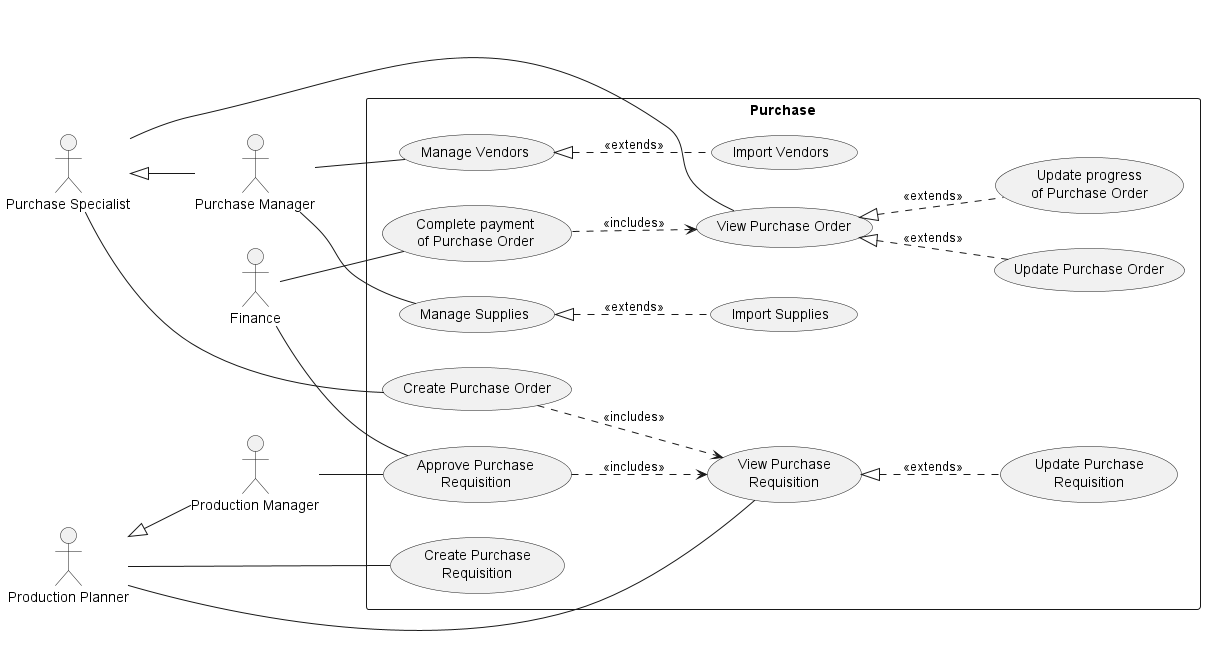
phihungha/scmss-reqs keeps this PlantUML diagram as use-cases/purchase.png. Above is the earlier version. The source it was exported from:
```plantuml
@startuml purchase
left to right direction

:Finance: as f

:Production Planner: as pp
:Production Manager: as prm
pp <|-- prm

:Purchase Manager: as pm
:Purchase Specialist: as ps
ps <|-- pm

rectangle Purchase {
    pp -- (Create Purchase\nRequisition)
    pp -- (View Purchase\nRequisition)
    (View Purchase\nRequisition) <|.. (Update Purchase\nRequisition) : <<extends>>
    f -- (Approve Purchase\nRequisition)
    prm -- (Approve Purchase\nRequisition)
    (Approve Purchase\nRequisition) ..> (View Purchase\nRequisition) : <<includes>>

    ps -- (Create Purchase Order)
    (Create Purchase Order) ..> (View Purchase\nRequisition) : <<includes>>
    ps -- (View Purchase Order)
    (View Purchase Order) <|.. (Update Purchase Order) : <<extends>>
    (View Purchase Order) <|.. (Update progress\nof Purchase Order) : <<extends>>
    f -- (Complete payment\nof Purchase Order)
    (Complete payment\nof Purchase Order) ..> (View Purchase Order) : <<includes>>

    pm -- (Manage Vendors)
    (Manage Vendors) <|.. (Import Vendors) : <<extends>>
    pm -- (Manage Supplies)
    (Manage Supplies) <|.. (Import Supplies) : <<extends>>
}
@enduml
```
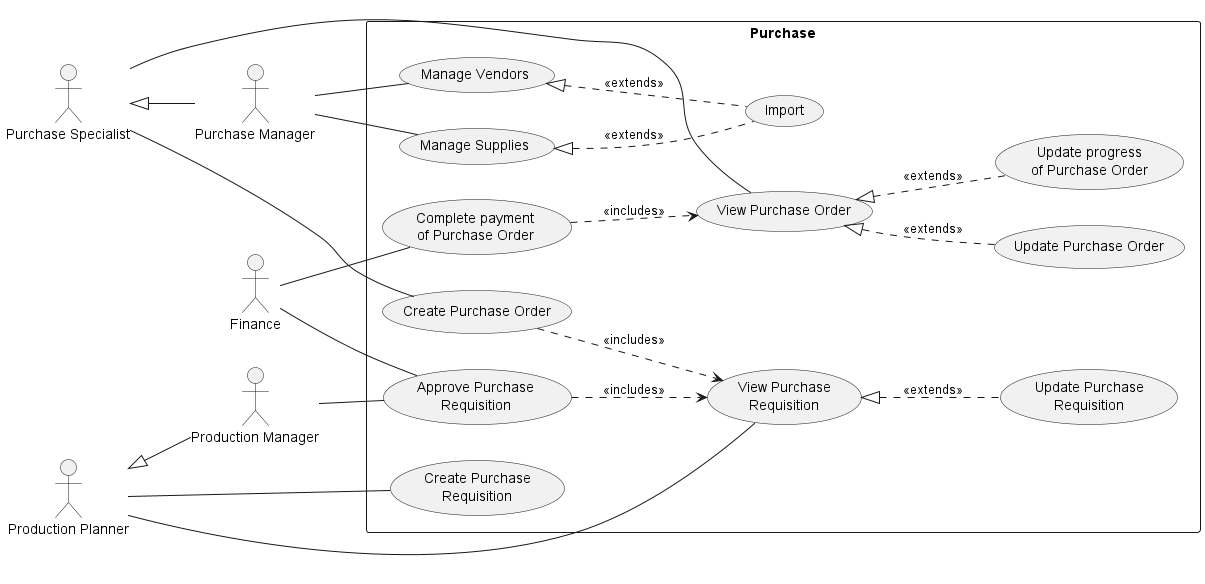
After the change.

Commit message:
Combine import use cases

What changed in the source:
```diff
@@ -28,8 +28,8 @@
     (Complete payment\nof Purchase Order) ..> (View Purchase Order) : <<includes>>
 
     pm -- (Manage Vendors)
-    (Manage Vendors) <|.. (Import Vendors) : <<extends>>
+    (Manage Vendors) <|.. (Import) : <<extends>>
     pm -- (Manage Supplies)
-    (Manage Supplies) <|.. (Import Supplies) : <<extends>>
+    (Manage Supplies) <|.. (Import) : <<extends>>
 }
 @enduml
```
